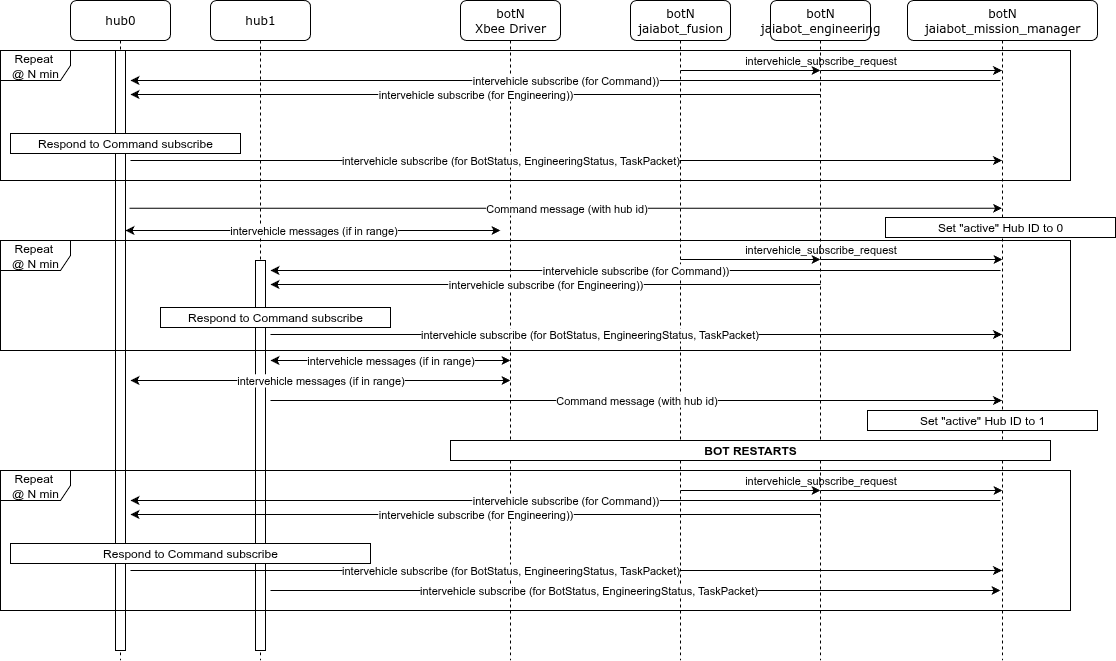
jaiarobotics/jaiabot keeps this draw.io diagram as src/doc/figures/multihub-sequence.png. Above is the earlier version. Source tidied: cells renumbered, new cells last; positions are measured from the earlier drawing's top-left corner, leaving out a move shared by most shapes.
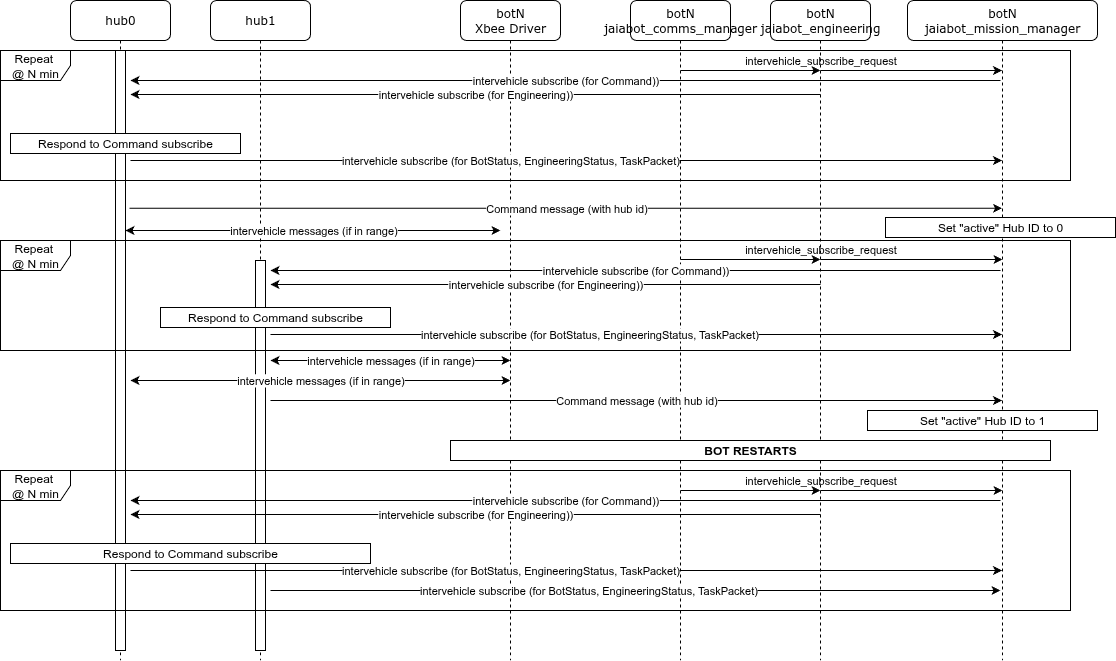
After the commit.

Commit message:
Set hub ID; update figure

Change to the diagram source:
```diff
@@ -29,7 +29,7 @@
         <mxPoint x="300" y="380" as="targetPoint" />
       </mxGeometry>
     </mxCell>
-    <mxCell id="9" value="botN&lt;br&gt;jaiabot_fusion" style="shape=umlLifeline;perimeter=lifelinePerimeter;whiteSpace=wrap;html=1;rounded=1;shadow=0;comic=0;labelBackgroundColor=none;strokeWidth=1;fontFamily=Verdana;fontSize=12;align=center;" parent="1" vertex="1">
+    <mxCell id="9" value="botN&lt;br&gt;jaiabot_comms_manager" style="shape=umlLifeline;perimeter=lifelinePerimeter;whiteSpace=wrap;html=1;rounded=1;shadow=0;comic=0;labelBackgroundColor=none;strokeWidth=1;fontFamily=Verdana;fontSize=12;align=center;" parent="1" vertex="1">
       <mxGeometry x="630" width="100" height="660" as="geometry" />
     </mxCell>
     <mxCell id="10" value="botN&lt;br&gt;jaiabot_engineering" style="shape=umlLifeline;perimeter=lifelinePerimeter;whiteSpace=wrap;html=1;rounded=1;shadow=0;comic=0;labelBackgroundColor=none;strokeWidth=1;fontFamily=Verdana;fontSize=12;align=center;" parent="1" vertex="1">
```
